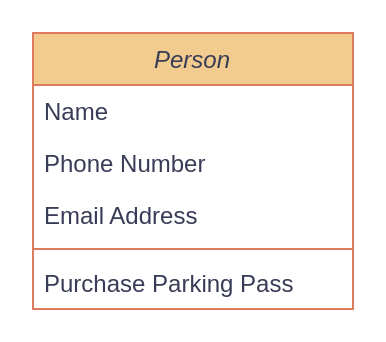
Earlier version of the draw.io diagram Obosky/Assemble.drawio (guiyewang/draw.io). Source tidied: cells renumbered, new cells numbered last; positions are measured from the earlier drawing's top-left corner, leaving out a move shared by most shapes. Both pictures are drawn from the tidied source at 200%, with x=0, y=0 at pixel (32, 32).
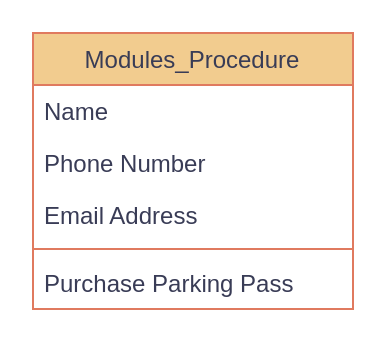
The same page after the edit.

The edit, as a diff of the source:
```diff
@@
 <mxGraphModel>
   <root>
     <mxCell id="0" />
     <mxCell id="1" parent="0" />
-    <mxCell id="2" value="Person" style="swimlane;fontStyle=2;align=center;verticalAlign=top;horizontal=1;startSize=26;rounded=0;shadow=0;strokeWidth=1;labelBackgroundColor=none;fillColor=#F2CC8F;strokeColor=#E07A5F;fontColor=#393C56;" parent="1" vertex="1">
+    <mxCell id="2" value="Modules_Procedure" style="swimlane;fontStyle=0;align=center;verticalAlign=top;horizontal=1;startSize=26;rounded=0;shadow=0;strokeWidth=1;labelBackgroundColor=none;fillColor=#F2CC8F;strokeColor=#E07A5F;fontColor=#393C56;" parent="1" vertex="1">
       <mxGeometry width="160" height="138" as="geometry" />
     </mxCell>
     <mxCell id="3" value="Name" style="text;align=left;verticalAlign=top;spacingLeft=4;spacingRight=4;overflow=hidden;labelBackgroundColor=none;fontColor=#393C56;rounded=0;" parent="2" vertex="1">
       <mxGeometry y="26" width="160" height="26" as="geometry" />
     </mxCell>
     <mxCell id="4" value="Phone Number" style="text;align=left;verticalAlign=top;spacingLeft=4;spacingRight=4;overflow=hidden;rounded=0;shadow=0;html=0;labelBackgroundColor=none;fontColor=#393C56;" parent="2" vertex="1">
       <mxGeometry y="52" width="160" height="26" as="geometry" />
     </mxCell>
     <mxCell id="5" value="Email Address" style="text;align=left;verticalAlign=top;spacingLeft=4;spacingRight=4;overflow=hidden;rounded=0;shadow=0;html=0;labelBackgroundColor=none;fontColor=#393C56;" parent="2" vertex="1">
       <mxGeometry y="78" width="160" height="26" as="geometry" />
     </mxCell>
     <mxCell id="6" style="line;html=1;strokeWidth=1;align=left;verticalAlign=middle;spacingTop=-1;spacingLeft=3;spacingRight=3;labelPosition=right;labelBackgroundColor=none;fillColor=#F2CC8F;strokeColor=#E07A5F;fontColor=#393C56;rounded=0;" parent="2" vertex="1">
       <mxGeometry y="104" width="160" height="8" as="geometry" />
     </mxCell>
     <mxCell id="7" value="Purchase Parking Pass" style="text;align=left;verticalAlign=top;spacingLeft=4;spacingRight=4;overflow=hidden;labelBackgroundColor=none;fontColor=#393C56;rounded=0;" parent="2" vertex="1">
       <mxGeometry y="112" width="160" height="26" as="geometry" />
     </mxCell>
   </root>
 </mxGraphModel>
```
